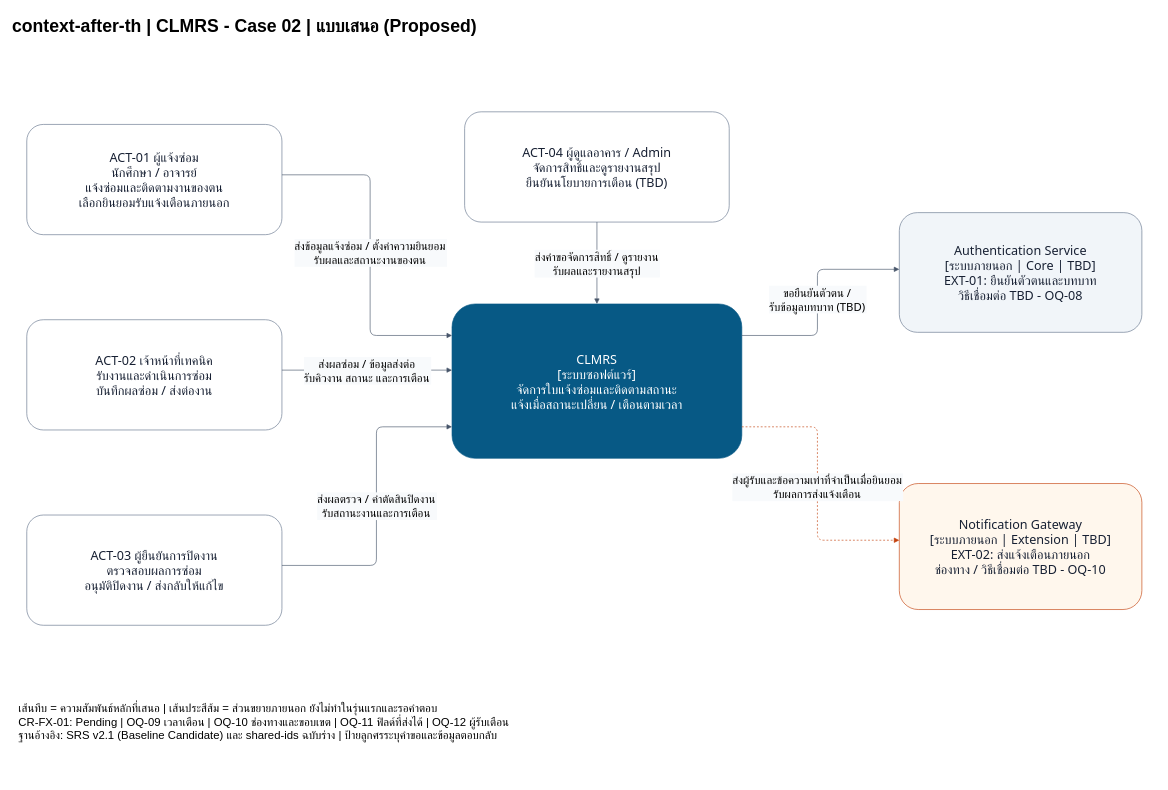
Earlier version of the draw.io diagram final-exam/diagrams/context-after.drawio (Aonney/ENGSE206-Group02-classroom-and-lab-maintenance-reporting). Source tidied: cells renumbered, new cells numbered last; positions are measured from the earlier drawing's top-left corner, leaving out a move shared by most shapes. Both pictures are drawn from the tidied source at 63%, with x=0, y=0 at pixel (11, 11).
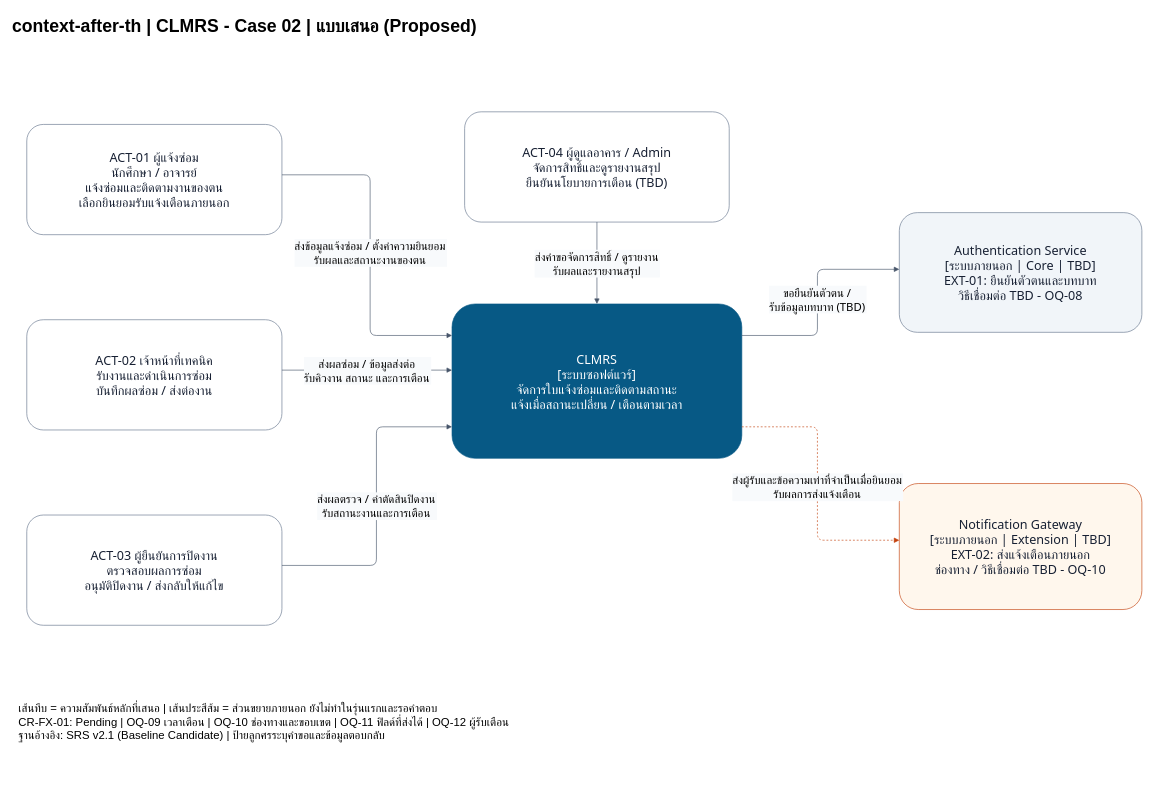
Above is the later version.

Commit message (it also covers changes not shown here):
final(G4): add context and container diagrams with architecture answers

What changed in the source:
```diff
@@
-    <mxCell id="16" value="เส้นทึบ = ความสัมพันธ์หลักที่เสนอ | เส้นประสีส้ม = ส่วนขยายภายนอก ยังไม่ทำในรุ่นแรกและรอคำตอบ&#10;CR-FX-01: Pending | OQ-09 เวลาเตือน | OQ-10 ช่องทางและขอบเขต | OQ-11 ฟิลด์ที่ส่งได้ | OQ-12 ผู้รับเตือน&#10;ฐานอ้างอิง: SRS v2.1 (Baseline Candidate) และ shared-ids ฉบับร่าง | ป้ายลูกศรระบุคำขอและข้อมูลตอบกลับ" style="text;html=0;fontSize=18;align=left;whiteSpace=wrap;" parent="1" vertex="1">
+    <mxCell id="16" value="เส้นทึบ = ความสัมพันธ์หลักที่เสนอ | เส้นประสีส้ม = ส่วนขยายภายนอก ยังไม่ทำในรุ่นแรกและรอคำตอบ&#10;CR-FX-01: Pending | OQ-09 เวลาเตือน | OQ-10 ช่องทางและขอบเขต | OQ-11 ฟิลด์ที่ส่งได้ | OQ-12 ผู้รับเตือน&#10;ฐานอ้างอิง: SRS v2.1 (Baseline Candidate) | ป้ายลูกศรระบุคำขอและข้อมูลตอบกลับ" style="text;html=0;fontSize=18;align=left;whiteSpace=wrap;" parent="1" vertex="1">
       <mxGeometry x="10" y="1090" width="1800" height="130" as="geometry" />
     </mxCell>
```
